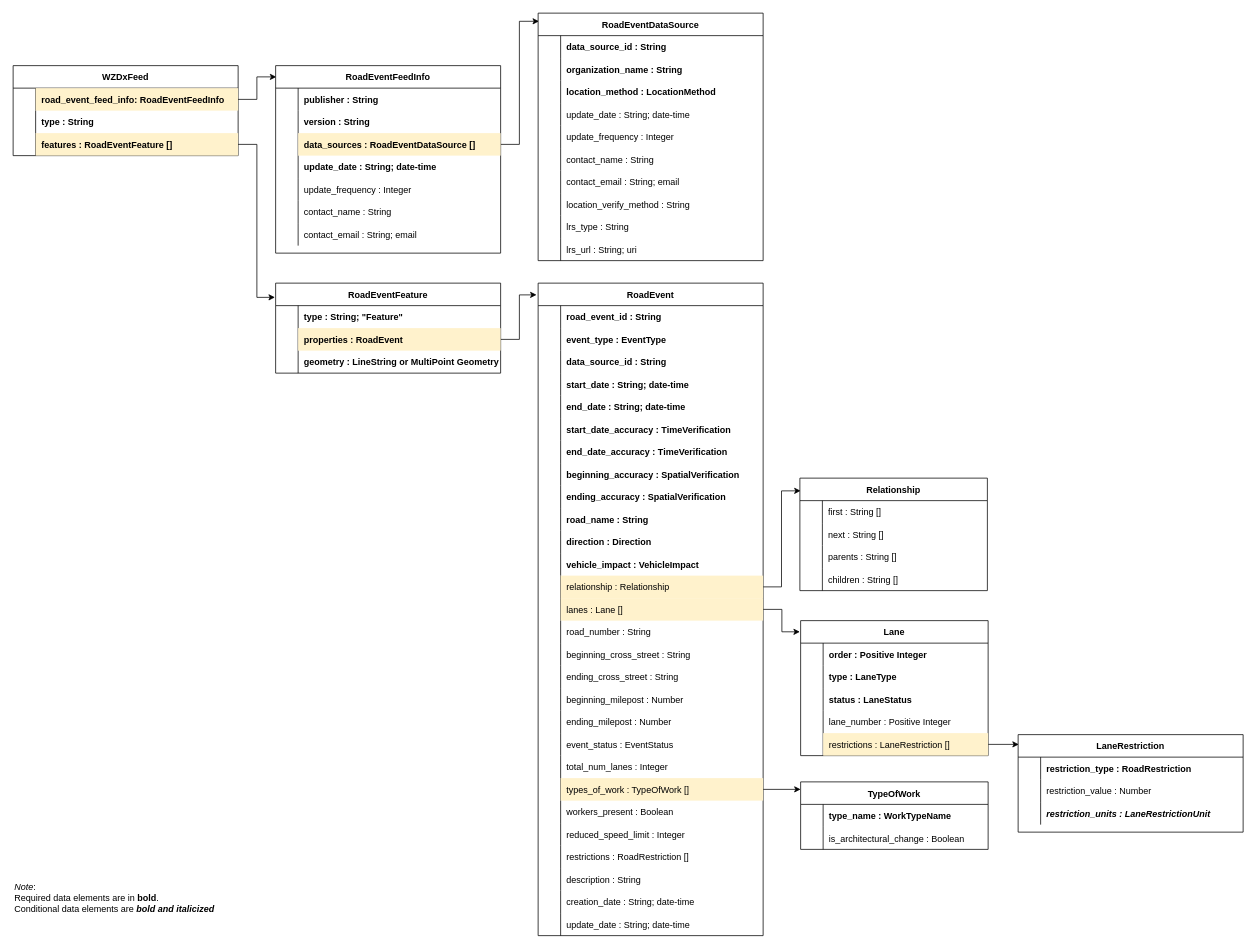
Earlier version of the draw.io diagram images/wzdx_object_diagram.drawio (usdot-jpo-ode/wzdx). Source tidied: cells renumbered, new cells numbered last; positions are measured from the earlier drawing's top-left corner, leaving out a move shared by most shapes. Both pictures are drawn from the tidied source at 75%, with x=0, y=0 at pixel (13, 13).
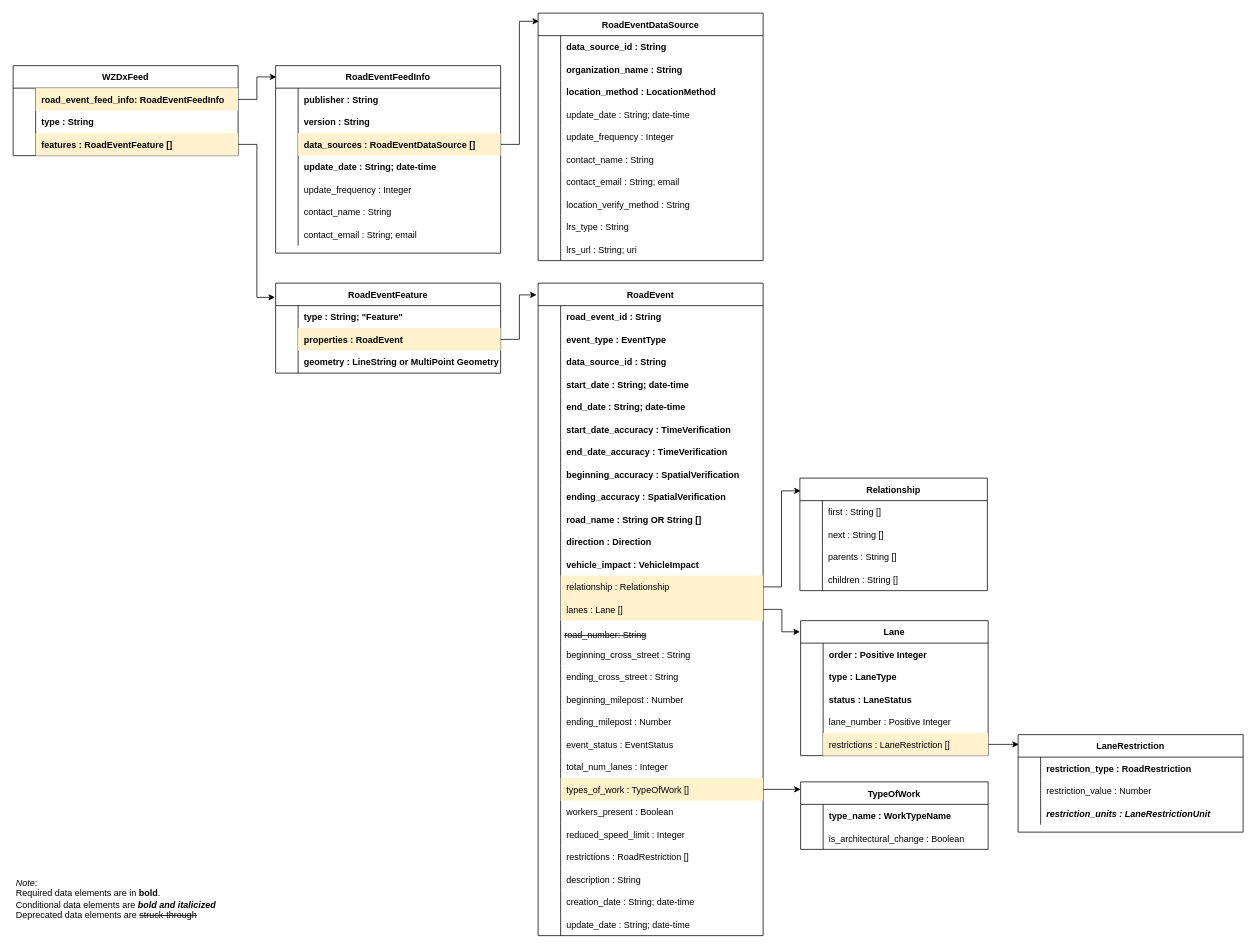
After the change.

Commit message (it also covers changes not shown here):
Deprecate road_number, allow array for road_name

Unchanged cells that the change refers to:
```xml
<mxCell id="112" style="shape=partialRectangle;fillColor=none;top=0;left=0;right=0;bottom=0;fontStyle=1;" parent="84" vertex="1">
  <mxGeometry y="300" width="300" height="30" as="geometry" />
</mxCell>
<mxCell id="127" style="shape=partialRectangle;fillColor=none;top=0;left=0;right=0;bottom=0;fontStyle=1;" parent="84" vertex="1">
  <mxGeometry y="450" width="300" height="30" as="geometry" />
</mxCell>
```

Change to the diagram source:
```diff
@@
-    <mxCell id="2" value="&lt;i&gt;Note&lt;/i&gt;: &lt;br&gt;Required data elements are in&amp;nbsp;&lt;b&gt;bold&lt;/b&gt;. &lt;br&gt;Conditional data elements are&amp;nbsp;&lt;b&gt;&lt;i&gt;bold and italicized&lt;/i&gt;&lt;/b&gt;&amp;nbsp;" style="text;html=1;strokeColor=none;fillColor=none;align=left;verticalAlign=middle;whiteSpace=wrap;rounded=0;" parent="1" vertex="1">
-      <mxGeometry y="1170" width="540" height="20" as="geometry" />
+    <mxCell id="2" value="&lt;i&gt;Note&lt;/i&gt;: &lt;br&gt;Required data elements are in&amp;nbsp;&lt;b&gt;bold&lt;/b&gt;. &lt;br&gt;&lt;div&gt;Conditional data elements are&amp;nbsp;&lt;b&gt;&lt;i&gt;bold and italicized&lt;/i&gt;&lt;/b&gt; &lt;br&gt;&lt;/div&gt;&lt;div&gt;Deprecated data elements are &lt;strike&gt;struck-through&lt;/strike&gt;&lt;br&gt;&lt;/div&gt;" style="text;html=1;strokeColor=none;fillColor=none;align=left;verticalAlign=middle;whiteSpace=wrap;rounded=0;" parent="1" vertex="1">
+      <mxGeometry x="2" y="1171" width="540" height="20" as="geometry" />
     </mxCell>
@@
-    <mxCell id="114" value="road_name : String" style="shape=partialRectangle;overflow=hidden;fillColor=none;top=0;left=0;bottom=0;right=0;align=left;spacingLeft=6;fontStyle=1;" parent="112" vertex="1">
+    <mxCell id="114" value="road_name : String OR String []" style="shape=partialRectangle;overflow=hidden;fillColor=none;top=0;left=0;bottom=0;right=0;align=left;spacingLeft=6;fontStyle=1;" parent="112" vertex="1">
       <mxGeometry x="30" width="270" height="30" as="geometry" />
     </mxCell>
@@
-    <mxCell id="129" value="road_number : String" style="shape=partialRectangle;overflow=hidden;fillColor=none;top=0;left=0;bottom=0;right=0;align=left;spacingLeft=6;fontStyle=0;" parent="127" vertex="1">
+    <mxCell id="129" style="shape=partialRectangle;overflow=hidden;fillColor=none;top=0;left=0;bottom=0;right=0;align=left;spacingLeft=6;fontStyle=0;" parent="127" vertex="1">
       <mxGeometry x="30" width="270" height="30" as="geometry" />
     </mxCell>
@@
+    <mxCell id="215" value="&lt;strike&gt;road_number: String&lt;/strike&gt;" style="text;html=1;strokeColor=none;fillColor=none;align=center;verticalAlign=middle;whiteSpace=wrap;rounded=0;" parent="1" vertex="1">
+      <mxGeometry x="715" y="820" width="150" height="20" as="geometry" />
+    </mxCell>
```
